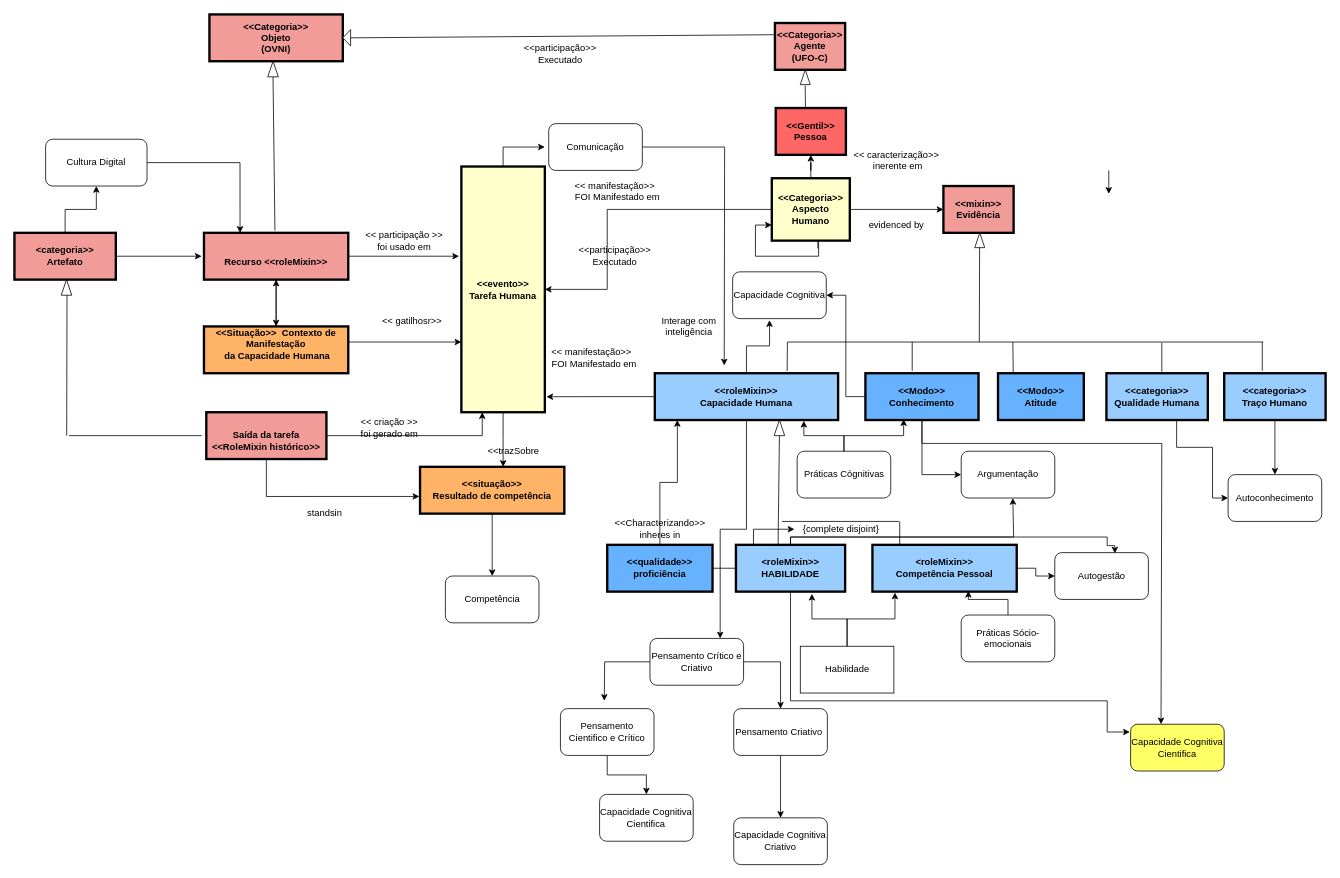
Above: Ontologia de Competencias.drawio in RosianeSangali/RosianeSangali (draw.io), before the change. Source tidied: cells renumbered, new cells numbered last; positions are measured from the earlier drawing's top-left corner, leaving out a move shared by most shapes. Both pictures are drawn from the tidied source at 78%, with x=0, y=0 at pixel (14, 14).
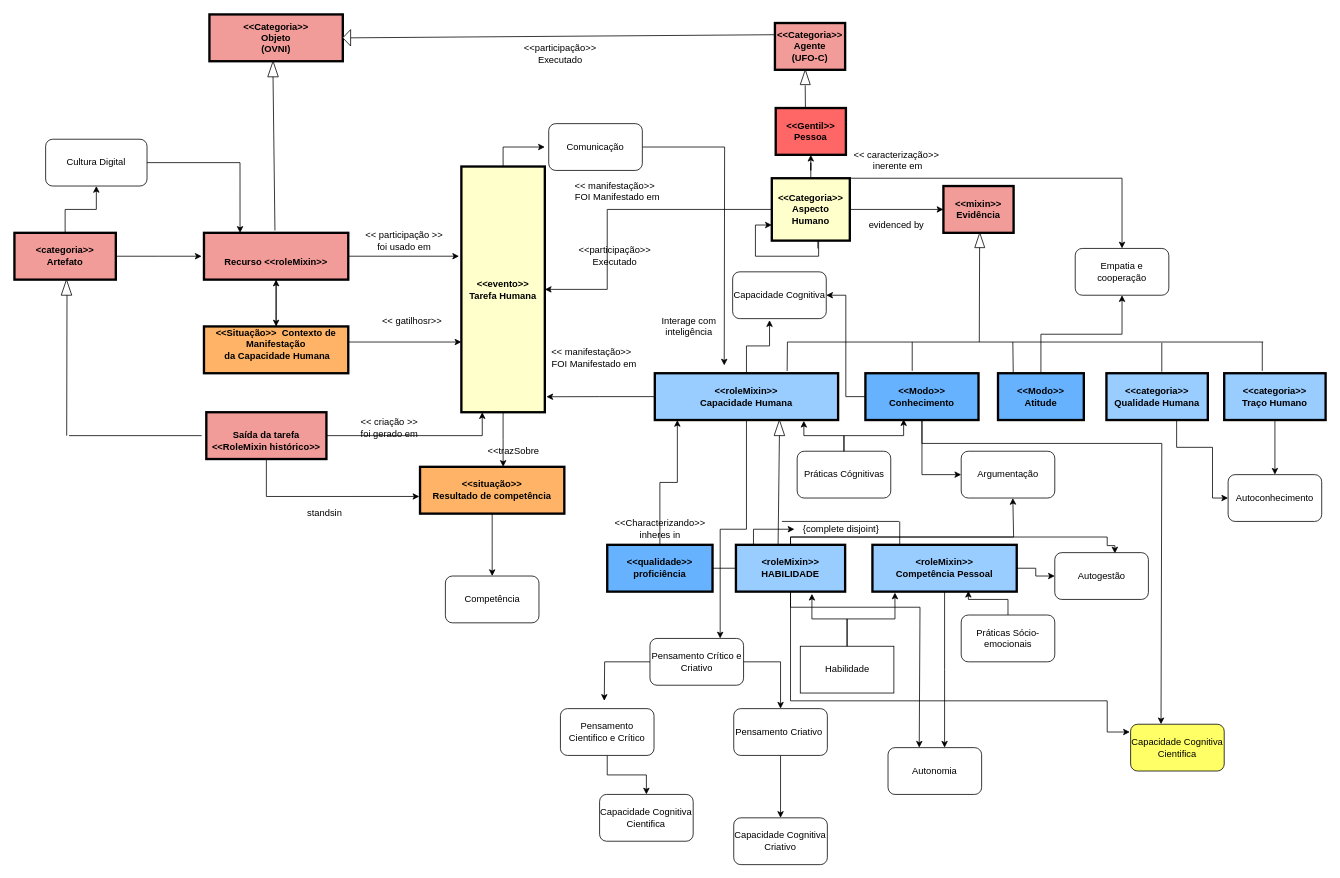
The same page after the edit.

Unchanged cells that the change refers to:
```xml
<mxCell id="13" value="&lt;&lt;Categoria&gt;&gt; &#10;Aspecto Humano" style="whiteSpace=wrap;align=center;verticalAlign=middle;fontStyle=1;strokeWidth=3;fillColor=#FFFFCC;" parent="1" vertex="1">
  <mxGeometry x="971" y="210" width="100" height="80" as="geometry" />
</mxCell>
<mxCell id="22" value="&lt;&lt;Modo&gt;&gt; &#10;Atitude" style="whiteSpace=wrap;align=center;verticalAlign=middle;fontStyle=1;strokeWidth=3;fillColor=#66B2FF;" parent="1" vertex="1">
  <mxGeometry x="1261" y="460" width="110" height="60" as="geometry" />
</mxCell>
<mxCell id="33" value="&lt;roleMixin&gt;&gt; &#10;HABILIDADE" style="whiteSpace=wrap;align=center;verticalAlign=middle;fontStyle=1;strokeWidth=3;fillColor=#99CCFF;" parent="1" vertex="1">
  <mxGeometry x="925" y="680" width="140" height="60" as="geometry" />
</mxCell>
<mxCell id="35" value="&lt;roleMixin&gt;&gt; &#10;Competência Pessoal" style="whiteSpace=wrap;align=center;verticalAlign=middle;fontStyle=1;strokeWidth=3;fillColor=#99CCFF;" parent="1" vertex="1">
  <mxGeometry x="1100" y="680" width="185" height="60" as="geometry" />
</mxCell>
```

The edit, as a diff of the source:
```diff
@@
+    <mxCell id="113" style="edgeStyle=orthogonalEdgeStyle;rounded=0;jettySize=auto;html=1;entryX=0.5;entryY=0;entryDx=0;entryDy=0;" parent="1" edge="1" source="13" target="117">
+      <mxGeometry relative="1" as="geometry">
+        <Array as="points">
+          <mxPoint x="1420" y="210" />
+        </Array>
+      </mxGeometry>
+    </mxCell>
@@
+    <mxCell id="114" style="edgeStyle=orthogonalEdgeStyle;rounded=0;jettySize=auto;html=1;" parent="1" edge="1" source="22" target="117">
+      <mxGeometry relative="1" as="geometry" />
+    </mxCell>
@@
+    <mxCell id="115" style="edgeStyle=orthogonalEdgeStyle;rounded=0;jettySize=auto;html=1;" parent="1" edge="1" source="33">
+      <mxGeometry relative="1" as="geometry">
+        <mxPoint x="1160" y="940" as="targetPoint" />
+        <Array as="points">
+          <mxPoint x="995" y="760" />
+          <mxPoint x="1161" y="760" />
+        </Array>
+      </mxGeometry>
+    </mxCell>
@@
+    <mxCell id="116" style="edgeStyle=orthogonalEdgeStyle;rounded=0;jettySize=auto;html=1;" parent="1" edge="1" source="35">
+      <mxGeometry relative="1" as="geometry">
+        <mxPoint x="1192.5" y="940" as="targetPoint" />
+      </mxGeometry>
+    </mxCell>
@@
-    <mxCell id="58" style="edgeStyle=orthogonalEdgeStyle;rounded=0;orthogonalLoop=1;jettySize=auto;html=1;exitX=0;exitY=1;exitDx=0;exitDy=0;" parent="1" edge="1">
-      <mxGeometry relative="1" as="geometry">
-        <mxPoint x="1403" y="200" as="sourcePoint" />
-        <mxPoint x="1403" y="230" as="targetPoint" />
-      </mxGeometry>
-    </mxCell>
@@
+    <mxCell id="117" value="Empatia e cooperação" style="rounded=1;whiteSpace=wrap;html=1;" parent="1" vertex="1">
+      <mxGeometry x="1360" y="300" width="120" height="60" as="geometry" />
+    </mxCell>
+    <mxCell id="118" value="Autonomia" style="rounded=1;whiteSpace=wrap;html=1;" parent="1" vertex="1">
+      <mxGeometry x="1120" y="940" width="120" height="60" as="geometry" />
+    </mxCell>
```
